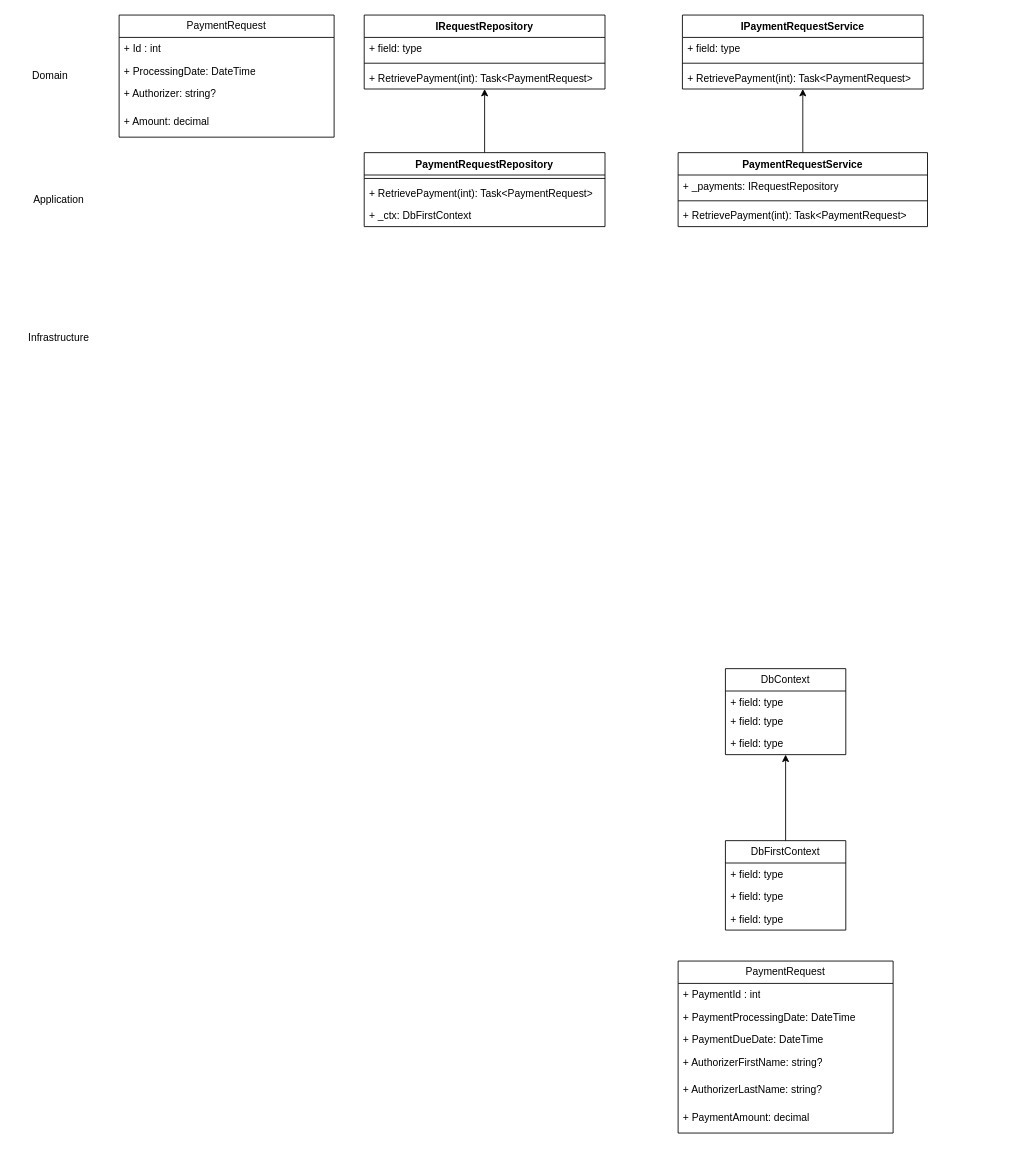
Before: PaymentRequest.drawio in kalidoss86/drawio, a draw.io diagram. Source tidied: cells renumbered, new cells numbered last; positions are measured from the earlier drawing's top-left corner, leaving out a move shared by most shapes. Both pictures are drawn from the tidied source at 86%, with x=0, y=0 at pixel (24, 15).
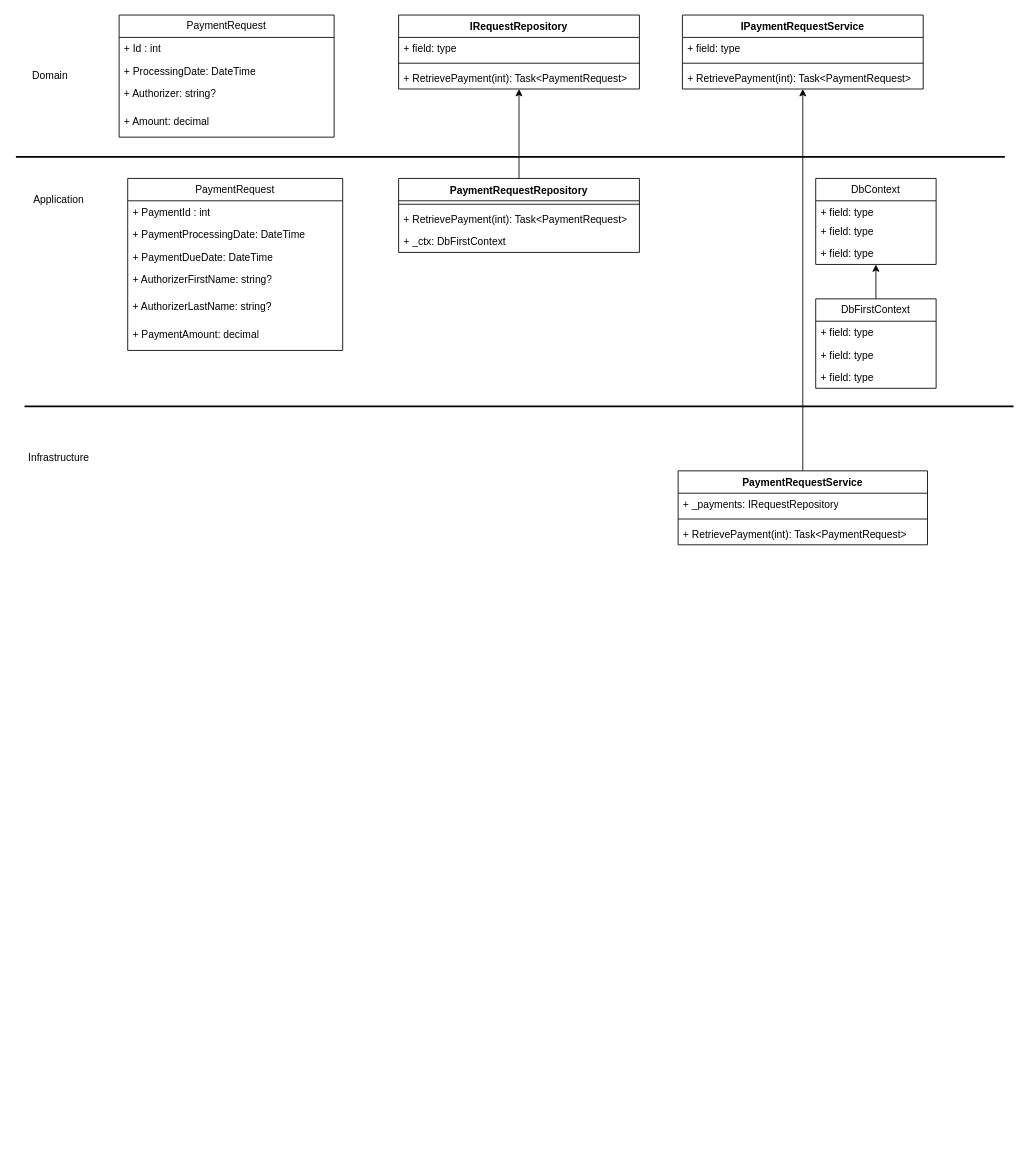
The same page after the edit.

Commit message:
Segregated the clean arch

Diff of the diagram source:
```diff
@@
     <mxCell id="7" value="DbFirstContext" style="swimlane;fontStyle=0;horizontal=1;startSize=26;fillColor=none;whiteSpace=wrap;html=1;" parent="1" vertex="1">
-      <mxGeometry x="815" y="960" width="140" height="104" as="geometry" />
+      <mxGeometry x="920" y="330" width="140" height="104" as="geometry" />
     </mxCell>
@@
     <mxCell id="12" value="DbContext" style="swimlane;fontStyle=0;horizontal=1;startSize=26;fillColor=none;whiteSpace=wrap;html=1;" parent="1" vertex="1">
-      <mxGeometry x="815" y="760" width="140" height="100" as="geometry" />
+      <mxGeometry x="920" y="190" width="140" height="100" as="geometry" />
     </mxCell>
@@
     <mxCell id="16" value="PaymentRequest" style="swimlane;fontStyle=0;horizontal=1;startSize=26;fillColor=none;whiteSpace=wrap;html=1;" parent="1" vertex="1">
-      <mxGeometry x="760" y="1100" width="250" height="200" as="geometry" />
+      <mxGeometry x="120" y="190" width="250" height="200" as="geometry" />
     </mxCell>
@@
     <mxCell id="23" value="IRequestRepository" style="swimlane;fontStyle=1;align=center;verticalAlign=top;horizontal=1;startSize=26;whiteSpace=wrap;html=1;" parent="1" vertex="1">
-      <mxGeometry x="395" width="280" height="86" as="geometry" />
+      <mxGeometry x="435" width="280" height="86" as="geometry" />
     </mxCell>
@@
     <mxCell id="28" value="PaymentRequestRepository" style="swimlane;fontStyle=1;align=center;verticalAlign=top;horizontal=1;startSize=26;whiteSpace=wrap;html=1;" parent="1" vertex="1">
-      <mxGeometry x="395" y="160" width="280" height="86" as="geometry" />
+      <mxGeometry x="435" y="190" width="280" height="86" as="geometry" />
     </mxCell>
@@
     <mxCell id="37" value="PaymentRequestService" style="swimlane;fontStyle=1;align=center;verticalAlign=top;horizontal=1;startSize=26;whiteSpace=wrap;html=1;" parent="1" vertex="1">
-      <mxGeometry x="760" y="160" width="290" height="86" as="geometry" />
+      <mxGeometry x="760" y="530" width="290" height="86" as="geometry" />
     </mxCell>
@@
     <mxCell id="43" value="Infrastructure" style="text;html=1;strokeColor=none;fillColor=none;align=center;verticalAlign=middle;whiteSpace=wrap;rounded=0;" parent="1" vertex="1">
-      <mxGeometry x="10" y="350" width="60" height="50" as="geometry" />
+      <mxGeometry x="10" y="490" width="60" height="50" as="geometry" />
     </mxCell>
+    <mxCell id="44" style="line;strokeWidth=2;html=1;" parent="1" vertex="1">
+      <mxGeometry x="-10" y="160" width="1150" height="10" as="geometry" />
+    </mxCell>
+    <mxCell id="45" style="line;strokeWidth=2;html=1;" parent="1" vertex="1">
+      <mxGeometry y="450" width="1150" height="10" as="geometry" />
+    </mxCell>
```
